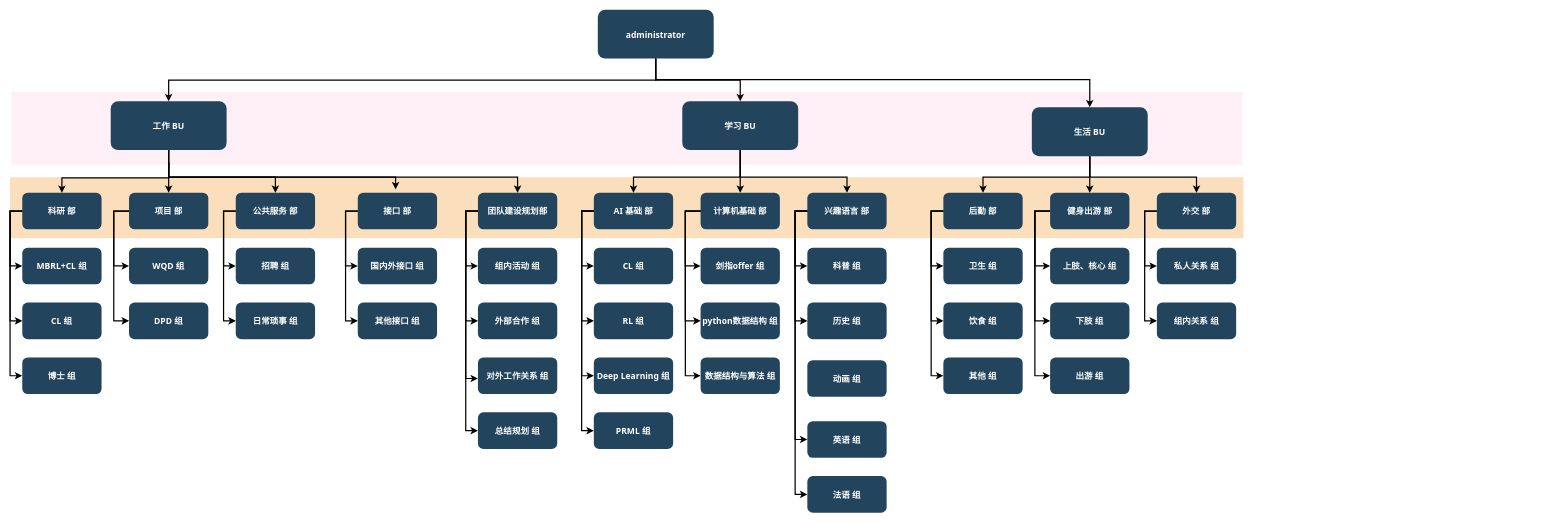
Earlier version of the draw.io diagram department_structure.drawio (Newsteinwell/Drawio). Source tidied: cells renumbered, new cells numbered last; positions are measured from the earlier drawing's top-left corner, leaving out a move shared by most shapes. Both pictures are drawn from the tidied source at 61%, with x=0, y=0 at pixel (10, 10).
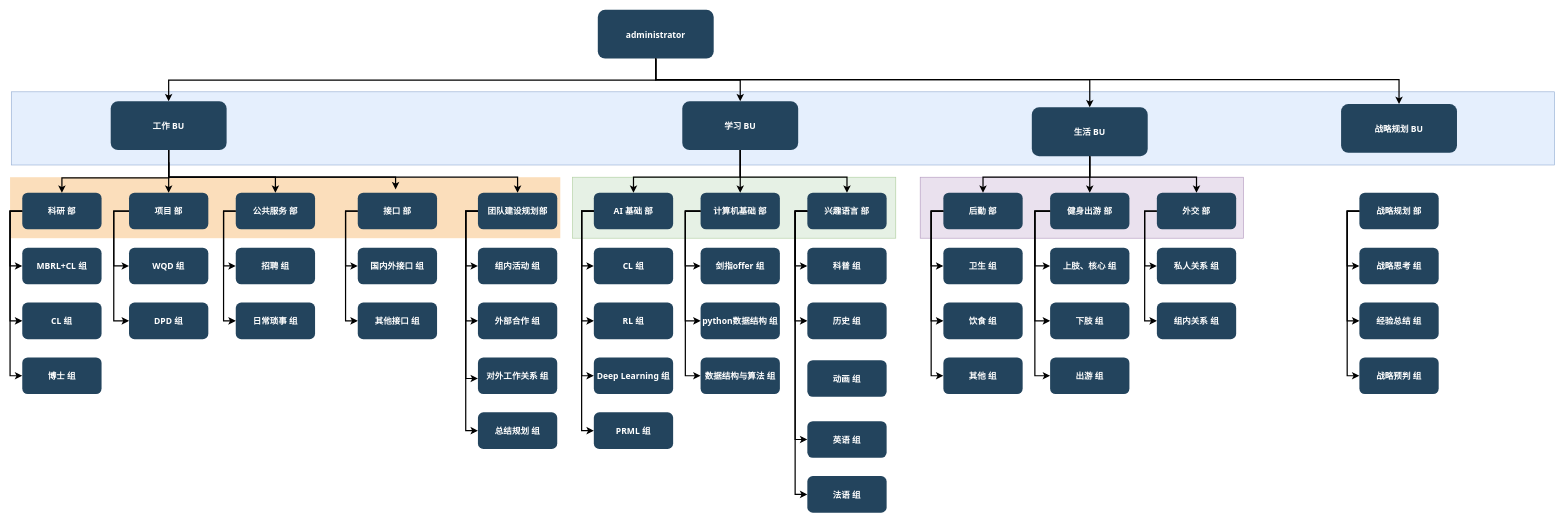
After the change.

The change refers to these unchanged cells:
```xml
<mxCell id="4" value="administrator" style="rounded=1;fillColor=#23445D;gradientColor=none;strokeColor=none;fontColor=#FFFFFF;fontStyle=1;fontFamily=Tahoma;fontSize=14;" parent="1" vertex="1">
  <mxGeometry x="963.5" y="-0.5" width="190" height="80" as="geometry" />
</mxCell>
```

What changed in the source:
```diff
@@
+    <mxCell id="98" style="fillColor=#e1d5e7;strokeColor=#9673a6;opacity=70;" parent="1" vertex="1">
+      <mxGeometry x="1492" y="274" width="530" height="100" as="geometry" />
+    </mxCell>
+    <mxCell id="99" style="fillColor=#d5e8d4;strokeColor=#82b366;opacity=60;" parent="1" vertex="1">
+      <mxGeometry x="922" y="274" width="530" height="100" as="geometry" />
+    </mxCell>
-    <mxCell id="2" style="fillColor=#FFCCE6;strokeColor=none;opacity=30;" parent="1" vertex="1">
-      <mxGeometry x="2" y="134" width="2018" height="120" as="geometry" />
+    <mxCell id="2" style="fillColor=#dae8fc;strokeColor=#6c8ebf;opacity=70;" parent="1" vertex="1">
+      <mxGeometry x="2" y="134" width="2530" height="120" as="geometry" />
     </mxCell>
     <mxCell id="3" style="fillColor=#F2931E;strokeColor=none;opacity=30;" parent="1" vertex="1">
-      <mxGeometry y="274" width="2022" height="100" as="geometry" />
+      <mxGeometry y="274" width="902" height="100" as="geometry" />
     </mxCell>
@@
+    <mxCell id="100" value="战略规划 BU" style="rounded=1;fillColor=#23445D;gradientColor=none;strokeColor=none;fontColor=#FFFFFF;fontStyle=1;fontFamily=Tahoma;fontSize=14;" parent="1" vertex="1">
+      <mxGeometry x="2182" y="154" width="190" height="80" as="geometry" />
+    </mxCell>
+    <mxCell id="101" style="edgeStyle=elbowEdgeStyle;elbow=vertical;strokeWidth=2;rounded=0;entryX=0.5;entryY=0;entryDx=0;entryDy=0;exitX=0.5;exitY=1;exitDx=0;exitDy=0;" parent="1" edge="1" source="4" target="100">
+      <mxGeometry x="515" y="225.5" as="geometry">
+        <Array as="points">
+          <mxPoint x="1672" y="114" />
+          <mxPoint x="1472" y="24" />
+          <mxPoint x="1320" y="124" />
+        </Array>
+      </mxGeometry>
+    </mxCell>
+    <mxCell id="102" value="战略规划 部" style="rounded=1;fillColor=#23445D;gradientColor=none;strokeColor=none;fontColor=#FFFFFF;fontStyle=1;fontFamily=Tahoma;fontSize=14;" parent="1" vertex="1">
+      <mxGeometry x="2212" y="299.5" width="130" height="60" as="geometry" />
+    </mxCell>
+    <mxCell id="103" value="战略思考 组" style="rounded=1;fillColor=#23445D;gradientColor=none;strokeColor=none;fontColor=#FFFFFF;fontStyle=1;fontFamily=Tahoma;fontSize=14;" parent="1" vertex="1">
+      <mxGeometry x="2212" y="389.5" width="130" height="60" as="geometry" />
+    </mxCell>
+    <mxCell id="104" value="经验总结 组" style="rounded=1;fillColor=#23445D;gradientColor=none;strokeColor=none;fontColor=#FFFFFF;fontStyle=1;fontFamily=Tahoma;fontSize=14;" parent="1" vertex="1">
+      <mxGeometry x="2212" y="479.5" width="130" height="60" as="geometry" />
+    </mxCell>
+    <mxCell id="105" style="edgeStyle=elbowEdgeStyle;elbow=horizontal;strokeWidth=2;rounded=0;" parent="1" edge="1" target="103">
+      <mxGeometry x="800" y="165.5" as="geometry">
+        <mxPoint x="2212" y="329.5" as="sourcePoint" />
+        <Array as="points">
+          <mxPoint x="2192" y="379.5" />
+        </Array>
+      </mxGeometry>
+    </mxCell>
+    <mxCell id="106" style="edgeStyle=elbowEdgeStyle;elbow=horizontal;strokeWidth=2;rounded=0;" parent="1" edge="1" target="104">
+      <mxGeometry x="800" y="165.5" as="geometry">
+        <mxPoint x="2212" y="329.5" as="sourcePoint" />
+        <Array as="points">
+          <mxPoint x="2192" y="419.5" />
+        </Array>
+      </mxGeometry>
+    </mxCell>
+    <mxCell id="107" value="战略预判 组" style="rounded=1;fillColor=#23445D;gradientColor=none;strokeColor=none;fontColor=#FFFFFF;fontStyle=1;fontFamily=Tahoma;fontSize=14;" parent="1" vertex="1">
+      <mxGeometry x="2212" y="569.5" width="130" height="60" as="geometry" />
+    </mxCell>
+    <mxCell id="108" style="edgeStyle=elbowEdgeStyle;elbow=horizontal;strokeWidth=2;rounded=0;entryX=0;entryY=0.5;entryDx=0;entryDy=0;exitX=0;exitY=0.5;exitDx=0;exitDy=0;" parent="1" edge="1" source="102" target="107">
+      <mxGeometry x="810" y="175.5" as="geometry">
+        <Array as="points">
+          <mxPoint x="2192" y="474" />
+        </Array>
+      </mxGeometry>
+    </mxCell>
```
